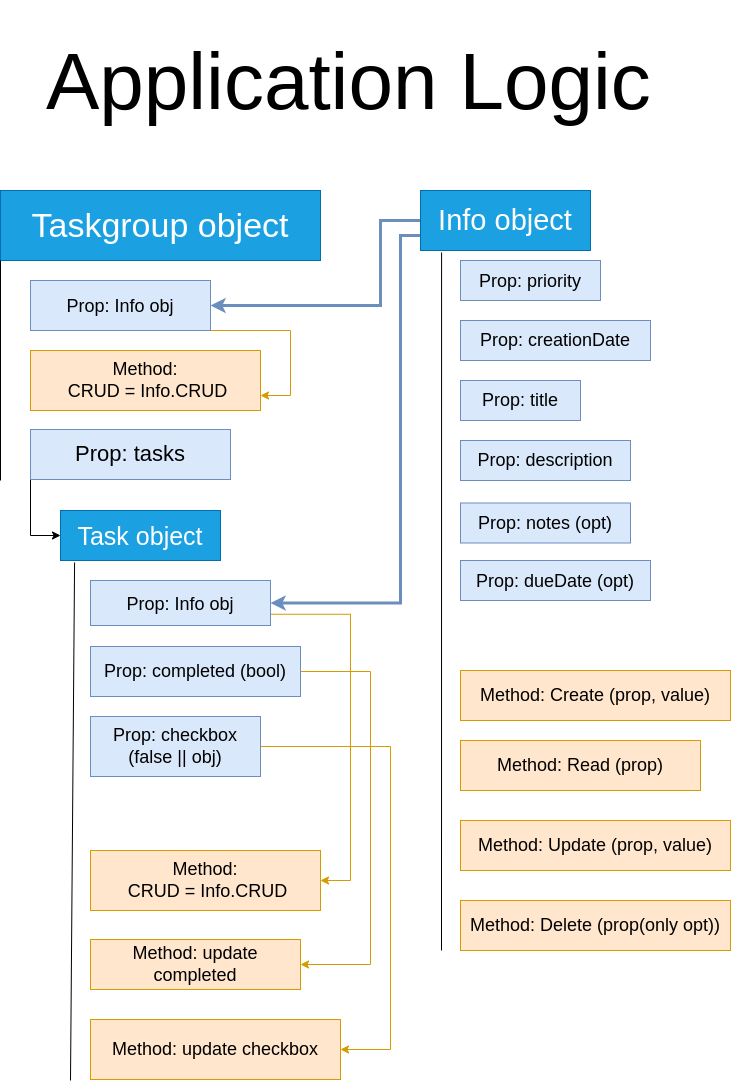
Earlier version of the draw.io export todo-list-structure.drawio.png (tomcoso/to-do-list). Source tidied: cells renumbered, new cells last; positions are measured from the earlier drawing's top-left corner, leaving out a move shared by most shapes. Source of this version:
```xml
<mxGraphModel>
  <root>
    <mxCell id="0" />
    <mxCell id="1" parent="0" />
    <mxCell id="2" value="&lt;font style=&quot;font-size: 34px;&quot;&gt;Taskgroup object&lt;/font&gt;" style="rounded=0;whiteSpace=wrap;html=1;fillColor=#1ba1e2;strokeColor=#006EAF;fontColor=#ffffff;" parent="1" vertex="1">
      <mxGeometry y="190" width="320" height="70" as="geometry" />
    </mxCell>
    <mxCell id="3" value="&lt;font style=&quot;font-size: 25px;&quot;&gt;Task object&lt;/font&gt;" style="rounded=0;whiteSpace=wrap;html=1;fontSize=29;fillColor=#1ba1e2;strokeColor=#006EAF;fontColor=#ffffff;" parent="1" vertex="1">
      <mxGeometry x="60" y="510" width="160" height="50" as="geometry" />
    </mxCell>
    <mxCell id="4" value="&lt;font style=&quot;font-size: 18px;&quot;&gt;Prop: priority&lt;/font&gt;" style="rounded=0;whiteSpace=wrap;html=1;fontSize=22;fillColor=#dae8fc;strokeColor=#6c8ebf;" parent="1" vertex="1">
      <mxGeometry x="460" y="260" width="140" height="40" as="geometry" />
    </mxCell>
    <mxCell id="5" value="&lt;font style=&quot;font-size: 18px;&quot;&gt;Prop: dueDate (opt)&lt;/font&gt;" style="rounded=0;whiteSpace=wrap;html=1;fontSize=22;fillColor=#dae8fc;strokeColor=#6c8ebf;" parent="1" vertex="1">
      <mxGeometry x="460" y="560" width="190" height="40" as="geometry" />
    </mxCell>
    <mxCell id="6" value="Prop: creationDate" style="rounded=0;whiteSpace=wrap;html=1;fontSize=18;fillColor=#dae8fc;strokeColor=#6c8ebf;" parent="1" vertex="1">
      <mxGeometry x="460" y="320" width="190" height="40" as="geometry" />
    </mxCell>
    <mxCell id="7" value="Prop: title" style="rounded=0;whiteSpace=wrap;html=1;fontSize=18;fillColor=#dae8fc;strokeColor=#6c8ebf;" parent="1" vertex="1">
      <mxGeometry x="460" y="380" width="120" height="40" as="geometry" />
    </mxCell>
    <mxCell id="8" style="edgeStyle=orthogonalEdgeStyle;rounded=0;jettySize=auto;html=1;exitX=0;exitY=1;exitDx=0;exitDy=0;entryX=0;entryY=0.5;entryDx=0;entryDy=0;fontSize=22;" parent="1" edge="1" source="9" target="3">
      <mxGeometry relative="1" as="geometry" />
    </mxCell>
    <mxCell id="9" value="&lt;font style=&quot;font-size: 22px;&quot;&gt;Prop: tasks&lt;/font&gt;" style="rounded=0;whiteSpace=wrap;html=1;fontSize=18;fillColor=#dae8fc;strokeColor=#6c8ebf;" parent="1" vertex="1">
      <mxGeometry x="30" y="429" width="200" height="50" as="geometry" />
    </mxCell>
    <mxCell id="10" style="endArrow=none;html=1;rounded=0;fontSize=18;entryX=0.124;entryY=1.033;entryDx=0;entryDy=0;entryPerimeter=0;" parent="1" edge="1" target="13">
      <mxGeometry relative="1" as="geometry">
        <mxPoint x="441" y="950" as="sourcePoint" />
      </mxGeometry>
    </mxCell>
    <mxCell id="11" style="edgeStyle=orthogonalEdgeStyle;rounded=0;jettySize=auto;html=1;exitX=0;exitY=0.5;exitDx=0;exitDy=0;entryX=1;entryY=0.5;entryDx=0;entryDy=0;fontSize=29;fillColor=#dae8fc;strokeColor=#6c8ebf;strokeWidth=3;" parent="1" edge="1" source="13" target="15">
      <mxGeometry relative="1" as="geometry">
        <Array as="points">
          <mxPoint x="380" y="220" />
          <mxPoint x="380" y="305" />
        </Array>
      </mxGeometry>
    </mxCell>
    <mxCell id="12" style="edgeStyle=orthogonalEdgeStyle;rounded=0;jettySize=auto;html=1;exitX=0;exitY=0.75;exitDx=0;exitDy=0;entryX=1;entryY=0.5;entryDx=0;entryDy=0;fontSize=29;fillColor=#dae8fc;strokeColor=#6c8ebf;strokeWidth=3;" parent="1" edge="1" source="13" target="18">
      <mxGeometry relative="1" as="geometry">
        <Array as="points">
          <mxPoint x="400" y="235" />
          <mxPoint x="400" y="603" />
        </Array>
      </mxGeometry>
    </mxCell>
    <mxCell id="13" value="&lt;font style=&quot;font-size: 29px;&quot;&gt;Info object&lt;/font&gt;" style="rounded=0;whiteSpace=wrap;html=1;fontSize=18;fillColor=#1ba1e2;strokeColor=#006EAF;fontColor=#ffffff;" parent="1" vertex="1">
      <mxGeometry x="420" y="190" width="170" height="60" as="geometry" />
    </mxCell>
    <mxCell id="14" style="edgeStyle=orthogonalEdgeStyle;rounded=0;jettySize=auto;html=1;exitX=1;exitY=1;exitDx=0;exitDy=0;entryX=1;entryY=0.75;entryDx=0;entryDy=0;fontSize=29;fillColor=#ffe6cc;strokeColor=#d79b00;" parent="1" edge="1" source="15" target="24">
      <mxGeometry relative="1" as="geometry">
        <Array as="points">
          <mxPoint x="290" y="330" />
          <mxPoint x="290" y="395" />
        </Array>
      </mxGeometry>
    </mxCell>
    <mxCell id="15" value="&lt;font style=&quot;font-size: 18px;&quot;&gt;Prop: Info obj&lt;/font&gt;" style="rounded=0;whiteSpace=wrap;html=1;fontSize=22;fillColor=#dae8fc;strokeColor=#6c8ebf;" parent="1" vertex="1">
      <mxGeometry x="30" y="280" width="180" height="50" as="geometry" />
    </mxCell>
    <mxCell id="16" value="Method: Read (prop)" style="rounded=0;whiteSpace=wrap;html=1;fontSize=18;fillColor=#ffe6cc;strokeColor=#d79b00;" parent="1" vertex="1">
      <mxGeometry x="460" y="740" width="240" height="50" as="geometry" />
    </mxCell>
    <mxCell id="17" style="edgeStyle=orthogonalEdgeStyle;rounded=0;jettySize=auto;html=1;exitX=1;exitY=0.75;exitDx=0;exitDy=0;entryX=1;entryY=0.5;entryDx=0;entryDy=0;fontSize=29;fillColor=#ffe6cc;strokeColor=#d79b00;" parent="1" edge="1" source="18" target="25">
      <mxGeometry relative="1" as="geometry">
        <Array as="points">
          <mxPoint x="350" y="614" />
          <mxPoint x="350" y="880" />
        </Array>
      </mxGeometry>
    </mxCell>
    <mxCell id="18" value="&lt;font style=&quot;font-size: 18px;&quot;&gt;Prop: Info obj&lt;/font&gt;" style="rounded=0;whiteSpace=wrap;html=1;fontSize=22;fillColor=#dae8fc;strokeColor=#6c8ebf;" parent="1" vertex="1">
      <mxGeometry x="90" y="580" width="180" height="45" as="geometry" />
    </mxCell>
    <mxCell id="19" value="Prop: description" style="rounded=0;whiteSpace=wrap;html=1;fontSize=18;fillColor=#dae8fc;strokeColor=#6c8ebf;" parent="1" vertex="1">
      <mxGeometry x="460" y="440" width="170" height="40" as="geometry" />
    </mxCell>
    <mxCell id="20" value="Prop: notes (opt)" style="rounded=0;whiteSpace=wrap;html=1;fontSize=18;fillColor=#dae8fc;strokeColor=#6c8ebf;" parent="1" vertex="1">
      <mxGeometry x="460" y="502.5" width="170" height="40" as="geometry" />
    </mxCell>
    <mxCell id="21" value="Method: Update (prop, value)" style="rounded=0;whiteSpace=wrap;html=1;fontSize=18;fillColor=#ffe6cc;strokeColor=#d79b00;" parent="1" vertex="1">
      <mxGeometry x="460" y="820" width="270" height="50" as="geometry" />
    </mxCell>
    <mxCell id="22" value="Method: Create (prop, value)" style="rounded=0;whiteSpace=wrap;html=1;fontSize=18;fillColor=#ffe6cc;strokeColor=#d79b00;" parent="1" vertex="1">
      <mxGeometry x="460" y="670" width="270" height="50" as="geometry" />
    </mxCell>
    <mxCell id="23" value="Method: Delete (prop(only opt))" style="rounded=0;whiteSpace=wrap;html=1;fontSize=18;fillColor=#ffe6cc;strokeColor=#d79b00;" parent="1" vertex="1">
      <mxGeometry x="460" y="900" width="270" height="50" as="geometry" />
    </mxCell>
    <mxCell id="24" value="Method:&lt;br&gt;&amp;nbsp;CRUD = Info.CRUD" style="rounded=0;whiteSpace=wrap;html=1;fontSize=18;fillColor=#ffe6cc;strokeColor=#d79b00;" parent="1" vertex="1">
      <mxGeometry x="30" y="350" width="230" height="60" as="geometry" />
    </mxCell>
    <mxCell id="25" value="Method:&lt;br&gt;&amp;nbsp;CRUD = Info.CRUD" style="rounded=0;whiteSpace=wrap;html=1;fontSize=18;fillColor=#ffe6cc;strokeColor=#d79b00;" parent="1" vertex="1">
      <mxGeometry x="90" y="850" width="230" height="60" as="geometry" />
    </mxCell>
    <mxCell id="26" style="edgeStyle=orthogonalEdgeStyle;rounded=0;jettySize=auto;html=1;exitX=1;exitY=0.5;exitDx=0;exitDy=0;entryX=1;entryY=0.5;entryDx=0;entryDy=0;fontSize=29;fillColor=#ffe6cc;strokeColor=#d79b00;" parent="1" edge="1" source="27" target="32">
      <mxGeometry relative="1" as="geometry">
        <Array as="points">
          <mxPoint x="370" y="671" />
          <mxPoint x="370" y="964" />
        </Array>
      </mxGeometry>
    </mxCell>
    <mxCell id="27" value="Prop: completed (bool)" style="rounded=0;whiteSpace=wrap;html=1;fontSize=18;fillColor=#dae8fc;strokeColor=#6c8ebf;" parent="1" vertex="1">
      <mxGeometry x="90" y="646" width="210" height="50" as="geometry" />
    </mxCell>
    <mxCell id="28" style="edgeStyle=orthogonalEdgeStyle;rounded=0;jettySize=auto;html=1;exitX=1;exitY=0.5;exitDx=0;exitDy=0;entryX=1;entryY=0.5;entryDx=0;entryDy=0;fontSize=29;fillColor=#ffe6cc;strokeColor=#d79b00;" parent="1" edge="1" source="29" target="33">
      <mxGeometry relative="1" as="geometry">
        <Array as="points">
          <mxPoint x="390" y="746" />
          <mxPoint x="390" y="1049" />
        </Array>
      </mxGeometry>
    </mxCell>
    <mxCell id="29" value="Prop: checkbox (false || obj)" style="rounded=0;whiteSpace=wrap;html=1;fontSize=18;fillColor=#dae8fc;strokeColor=#6c8ebf;" parent="1" vertex="1">
      <mxGeometry x="90" y="716" width="170" height="60" as="geometry" />
    </mxCell>
    <mxCell id="30" style="endArrow=none;html=1;rounded=0;fontSize=18;exitX=0.088;exitY=1.04;exitDx=0;exitDy=0;exitPerimeter=0;" parent="1" edge="1" source="3">
      <mxGeometry relative="1" as="geometry">
        <mxPoint x="70" y="1080" as="targetPoint" />
      </mxGeometry>
    </mxCell>
    <mxCell id="31" style="endArrow=none;html=1;rounded=0;fontSize=18;entryX=0;entryY=1;entryDx=0;entryDy=0;" parent="1" edge="1" target="2">
      <mxGeometry relative="1" as="geometry">
        <mxPoint y="480" as="sourcePoint" />
      </mxGeometry>
    </mxCell>
    <mxCell id="32" value="Method: update completed" style="rounded=0;whiteSpace=wrap;html=1;fontSize=18;fillColor=#ffe6cc;strokeColor=#d79b00;" parent="1" vertex="1">
      <mxGeometry x="90" y="939" width="210" height="50" as="geometry" />
    </mxCell>
    <mxCell id="33" value="Method: update checkbox" style="rounded=0;whiteSpace=wrap;html=1;fontSize=18;fillColor=#ffe6cc;strokeColor=#d79b00;" parent="1" vertex="1">
      <mxGeometry x="90" y="1019" width="250" height="60" as="geometry" />
    </mxCell>
    <mxCell id="34" value="Application Logic" style="text;strokeColor=none;fillColor=none;align=left;verticalAlign=middle;spacingLeft=4;spacingRight=4;overflow=hidden;fontSize=80;" parent="1" vertex="1">
      <mxGeometry x="40" width="640" height="140" as="geometry" />
    </mxCell>
  </root>
</mxGraphModel>
```
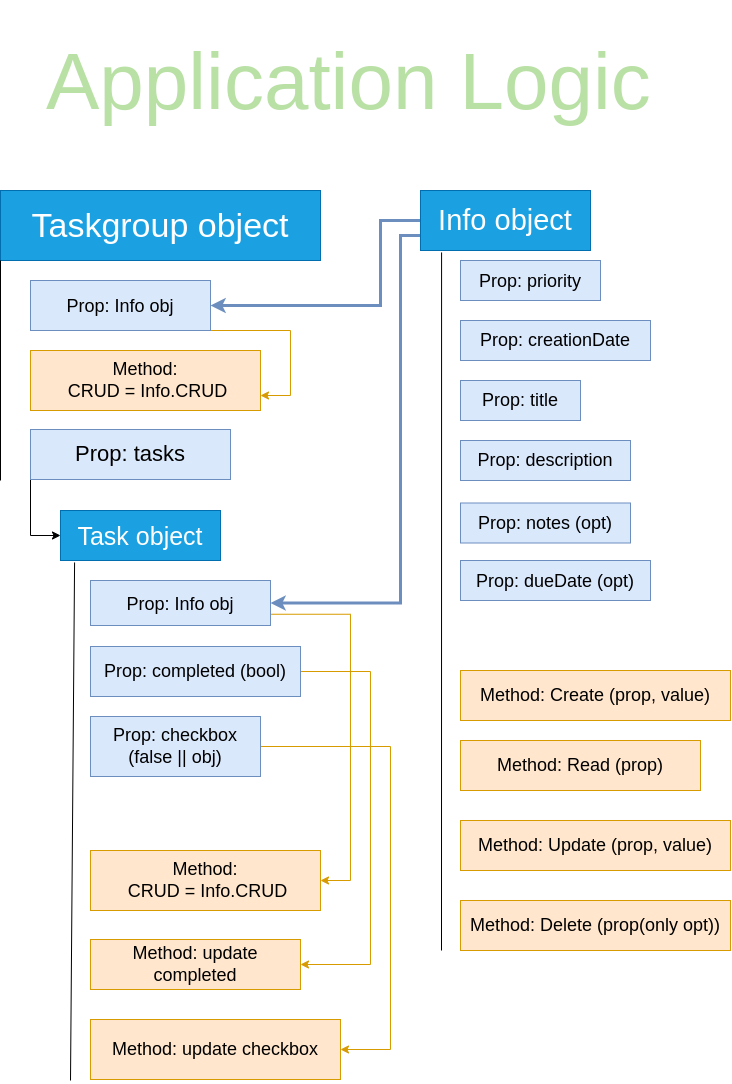
After the commit.

The edit, as a diff of the source:
```diff
@@ -134,7 +134,7 @@
     <mxCell id="33" value="Method: update checkbox" style="rounded=0;whiteSpace=wrap;html=1;fontSize=18;fillColor=#ffe6cc;strokeColor=#d79b00;" parent="1" vertex="1">
       <mxGeometry x="90" y="1019" width="250" height="60" as="geometry" />
     </mxCell>
-    <mxCell id="34" value="Application Logic" style="text;strokeColor=none;fillColor=none;align=left;verticalAlign=middle;spacingLeft=4;spacingRight=4;overflow=hidden;fontSize=80;" parent="1" vertex="1">
+    <mxCell id="34" value="Application Logic" style="text;strokeColor=none;fillColor=none;align=left;verticalAlign=middle;spacingLeft=4;spacingRight=4;overflow=hidden;fontSize=80;fontColor=#B9E0A5;" parent="1" vertex="1">
       <mxGeometry x="40" width="640" height="140" as="geometry" />
     </mxCell>
   </root>
```
